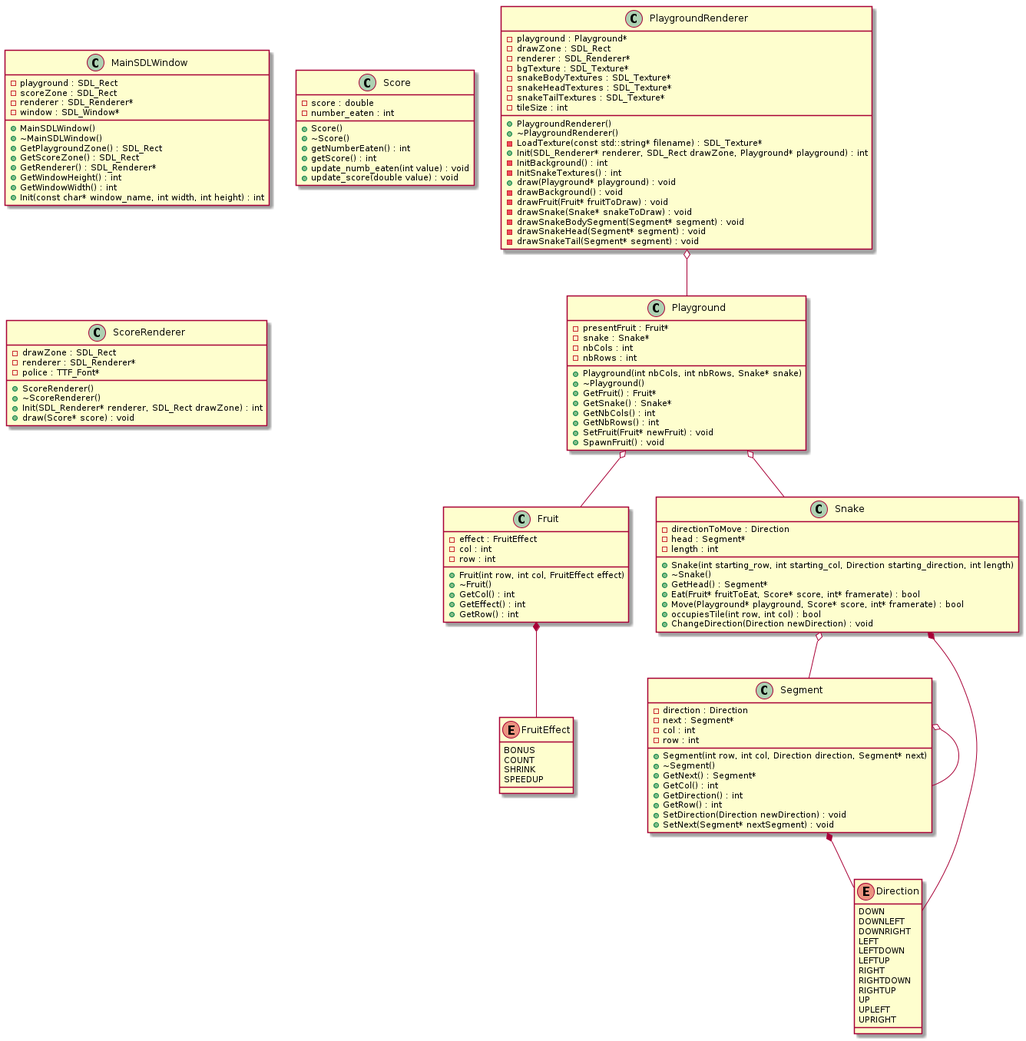
The PlantUML diagram uml/classes.png in Ytaki2134/gtech1-b20-snake, before a commit.
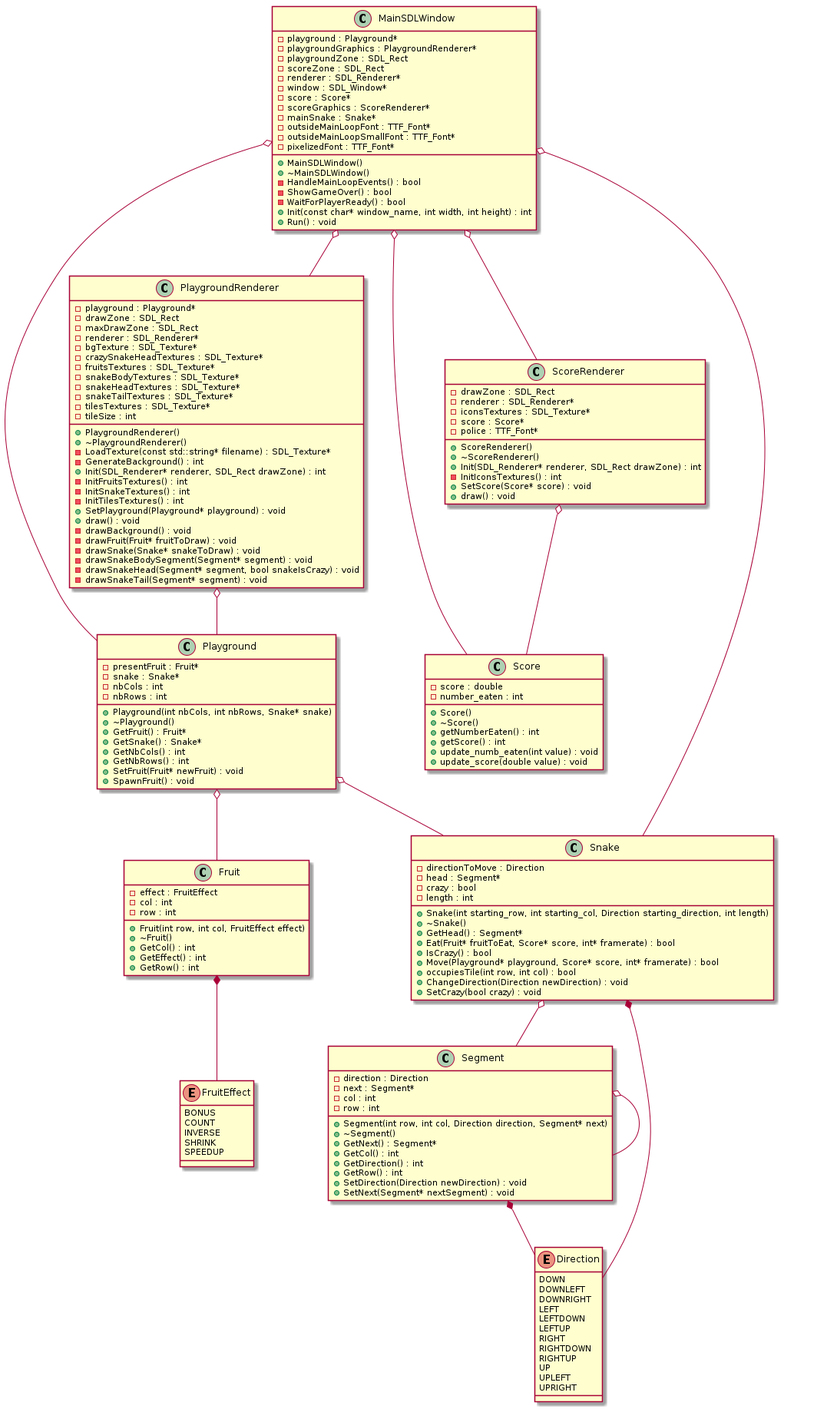
Above is the later version.

What changed in the source:
```diff
@@ -20,16 +20,23 @@
 class MainSDLWindow {
 	+MainSDLWindow()
 	+~MainSDLWindow()
-	+GetPlaygroundZone() : SDL_Rect
-	+GetScoreZone() : SDL_Rect
-	-playground : SDL_Rect
+	-playground : Playground*
+	-playgroundGraphics : PlaygroundRenderer*
+	-playgroundZone : SDL_Rect
 	-scoreZone : SDL_Rect
-	+GetRenderer() : SDL_Renderer*
 	-renderer : SDL_Renderer*
 	-window : SDL_Window*
-	+GetWindowHeight() : int
-	+GetWindowWidth() : int
+	-score : Score*
+	-scoreGraphics : ScoreRenderer*
+	-mainSnake : Snake*
+	-outsideMainLoopFont : TTF_Font*
+	-outsideMainLoopSmallFont : TTF_Font*
+	-pixelizedFont : TTF_Font*
+	-HandleMainLoopEvents() : bool
+	-ShowGameOver() : bool
+	-WaitForPlayerReady() : bool
 	+Init(const char* window_name, int width, int height) : int
+	+Run() : void
 }
 
 
@@ -54,22 +61,29 @@
 	+~PlaygroundRenderer()
 	-playground : Playground*
 	-drawZone : SDL_Rect
+	-maxDrawZone : SDL_Rect
 	-renderer : SDL_Renderer*
 	-LoadTexture(const std::string* filename) : SDL_Texture*
 	-bgTexture : SDL_Texture*
+	-crazySnakeHeadTextures : SDL_Texture*
+	-fruitsTextures : SDL_Texture*
 	-snakeBodyTextures : SDL_Texture*
 	-snakeHeadTextures : SDL_Texture*
 	-snakeTailTextures : SDL_Texture*
-	+Init(SDL_Renderer* renderer, SDL_Rect drawZone, Playground* playground) : int
-	-InitBackground() : int
+	-tilesTextures : SDL_Texture*
+	-GenerateBackground() : int
+	+Init(SDL_Renderer* renderer, SDL_Rect drawZone) : int
+	-InitFruitsTextures() : int
 	-InitSnakeTextures() : int
+	-InitTilesTextures() : int
 	-tileSize : int
-	+draw(Playground* playground) : void
+	+SetPlayground(Playground* playground) : void
+	+draw() : void
 	-drawBackground() : void
 	-drawFruit(Fruit* fruitToDraw) : void
 	-drawSnake(Snake* snakeToDraw) : void
 	-drawSnakeBodySegment(Segment* segment) : void
-	-drawSnakeHead(Segment* segment) : void
+	-drawSnakeHead(Segment* segment, bool snakeIsCrazy) : void
 	-drawSnakeTail(Segment* segment) : void
 }
 
@@ -91,9 +105,13 @@
 	+~ScoreRenderer()
 	-drawZone : SDL_Rect
 	-renderer : SDL_Renderer*
+	-iconsTextures : SDL_Texture*
+	-score : Score*
 	-police : TTF_Font*
 	+Init(SDL_Renderer* renderer, SDL_Rect drawZone) : int
-	+draw(Score* score) : void
+	-InitIconsTextures() : int
+	+SetScore(Score* score) : void
+	+draw() : void
 }
 
 
@@ -120,10 +138,13 @@
 	+GetHead() : Segment*
 	-head : Segment*
 	+Eat(Fruit* fruitToEat, Score* score, int* framerate) : bool
+	+IsCrazy() : bool
 	+Move(Playground* playground, Score* score, int* framerate) : bool
+	-crazy : bool
 	+occupiesTile(int row, int col) : bool
 	-length : int
 	+ChangeDirection(Direction newDirection) : void
+	+SetCrazy(bool crazy) : void
 }
 
 
@@ -146,6 +167,7 @@
 enum FruitEffect {
 	BONUS
 	COUNT
+	INVERSE
 	SHRINK
 	SPEEDUP
 }
@@ -162,6 +184,21 @@
 .Fruit *-- .FruitEffect
 
 
+.MainSDLWindow o-- .Playground
+
+
+.MainSDLWindow o-- .PlaygroundRenderer
+
+
+.MainSDLWindow o-- .Score
+
+
+.MainSDLWindow o-- .ScoreRenderer
+
+
+.MainSDLWindow o-- .Snake
+
+
 .Playground o-- .Fruit
 
 
@@ -169,6 +206,9 @@
 
 
 .PlaygroundRenderer o-- .Playground
+
+
+.ScoreRenderer o-- .Score
 
 
 .Segment *-- .Direction
```
